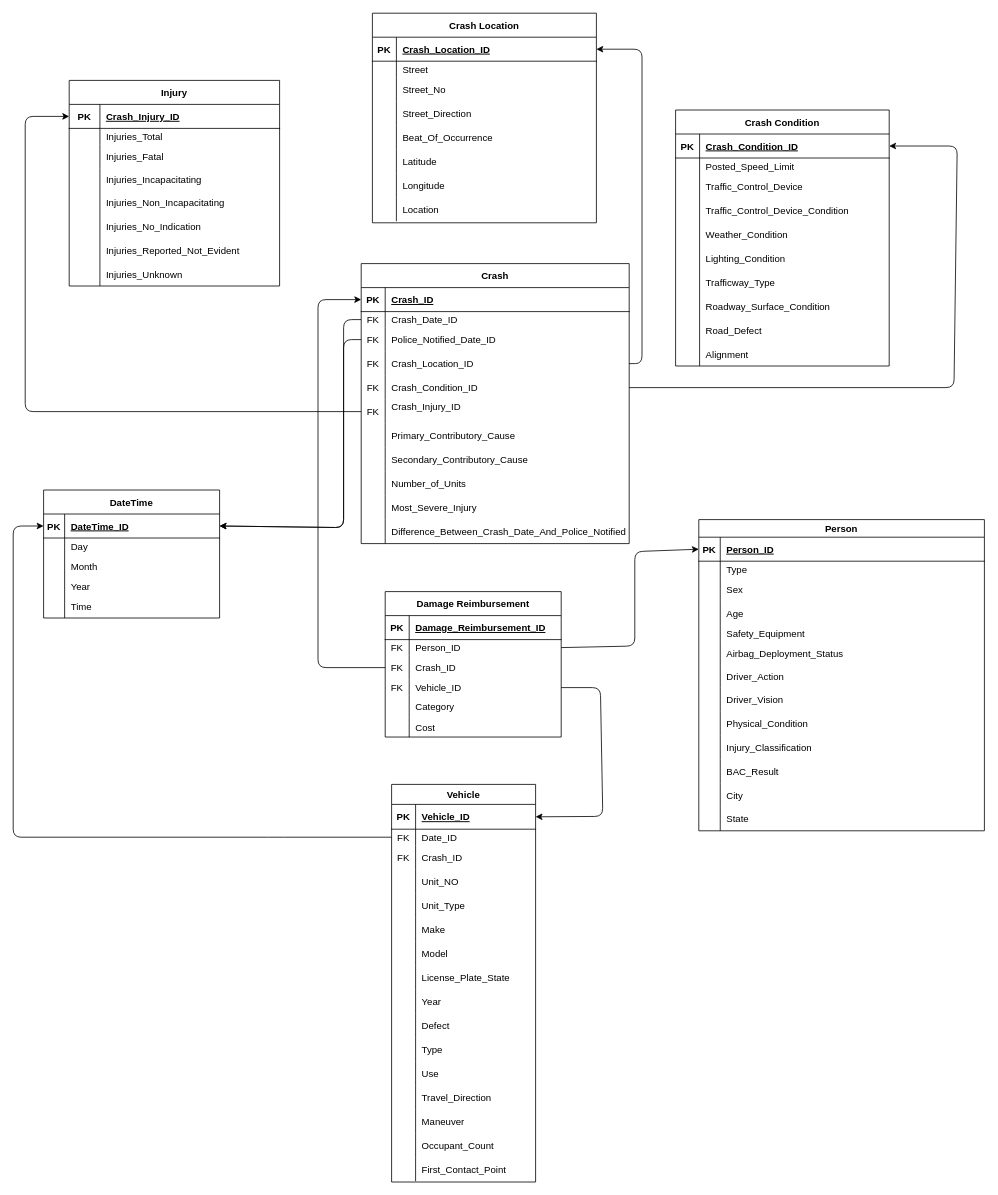
Above: Data Warehouse Schema/DW Schema.drawio in SaraHoxha/lds-dw-modelling (draw.io), before the change. Source tidied: cells renumbered, new cells numbered last; positions are measured from the earlier drawing's top-left corner, leaving out a move shared by most shapes. Both pictures are drawn from the tidied source at 80%, with x=0, y=0 at pixel (13, 13).
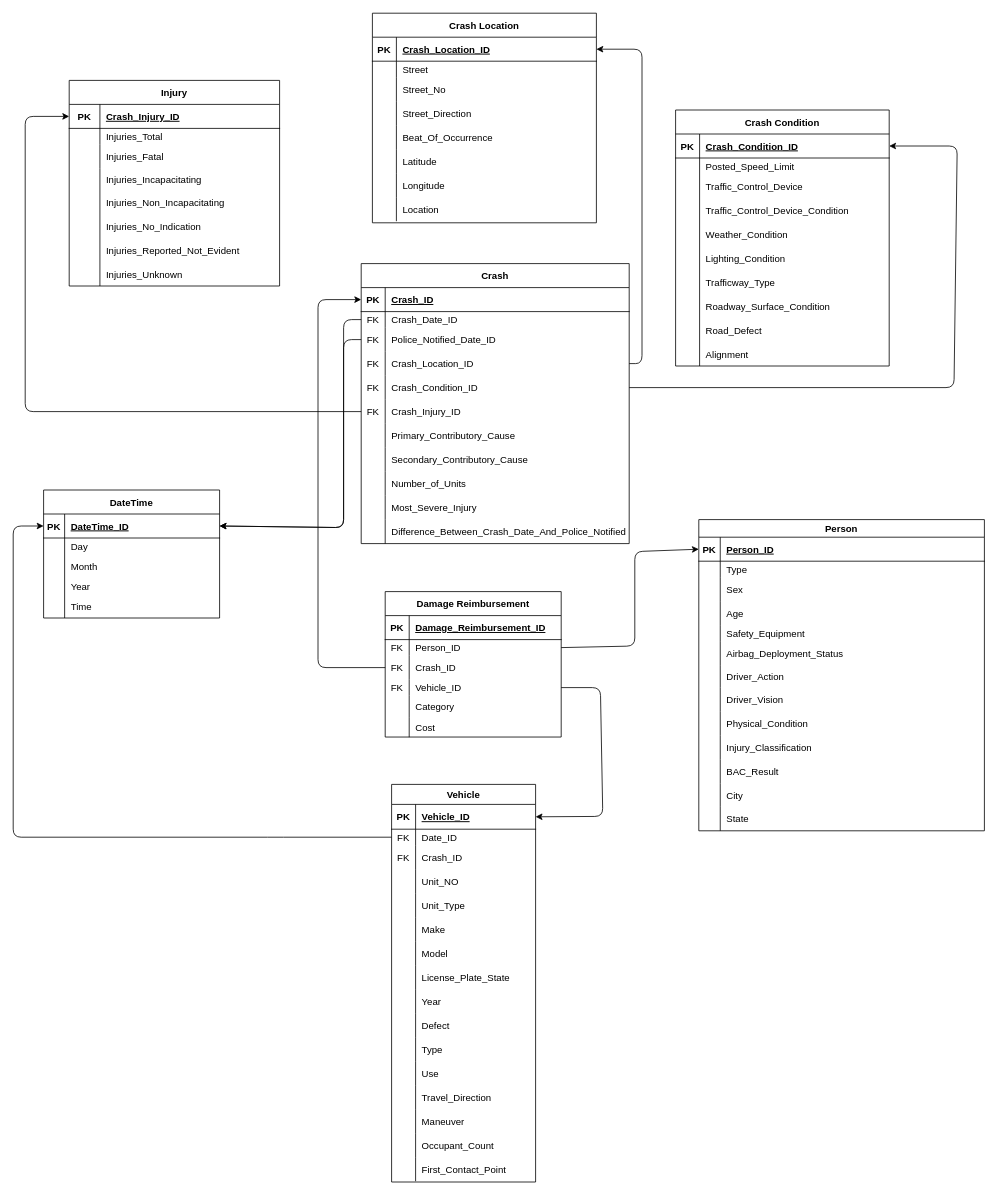
Above is the later version.

Commit message (it also covers changes not shown here):
refactor and crash table in main file (WIP)

The change refers to these unchanged cells:
```xml
<mxCell id="157" style="shape=tableRow;horizontal=0;startSize=0;swimlaneHead=0;swimlaneBody=0;fillColor=none;points=[[0,0.5],[1,0.5]];portConstraint=eastwest;top=0;left=0;right=0;bottom=0;" parent="141" vertex="1">
  <mxGeometry y="170" width="335" height="30" as="geometry" />
</mxCell>
```

Change to the diagram source:
```diff
@@
-    <mxCell id="159" value="Crash_Injury_ID&#10;" style="shape=partialRectangle;fillColor=none;top=0;left=0;bottom=0;right=0;align=left;spacingLeft=6;fontStyle=0;overflow=hidden;" parent="157" vertex="1">
+    <mxCell id="159" value="Crash_Injury_ID" style="shape=partialRectangle;fillColor=none;top=0;left=0;bottom=0;right=0;align=left;spacingLeft=6;fontStyle=0;overflow=hidden;" parent="157" vertex="1">
       <mxGeometry x="30" width="305" height="30" as="geometry" />
     </mxCell>
```
